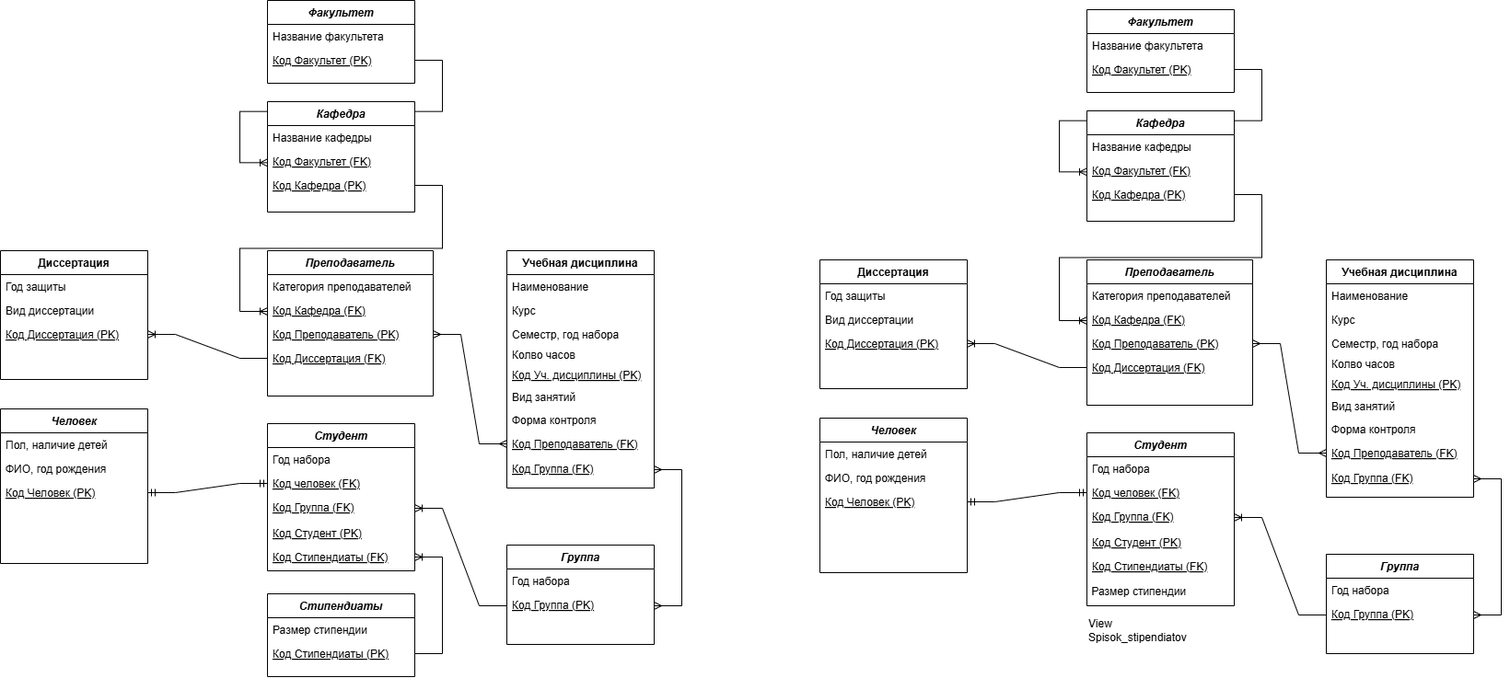
The draw.io diagram БД 2 Хорошилова.drawio.png in ksinph/PSTU_LABS_2023, before a commit. Source tidied: cells renumbered, new cells last; positions are measured from the earlier drawing's top-left corner, leaving out a move shared by most shapes.
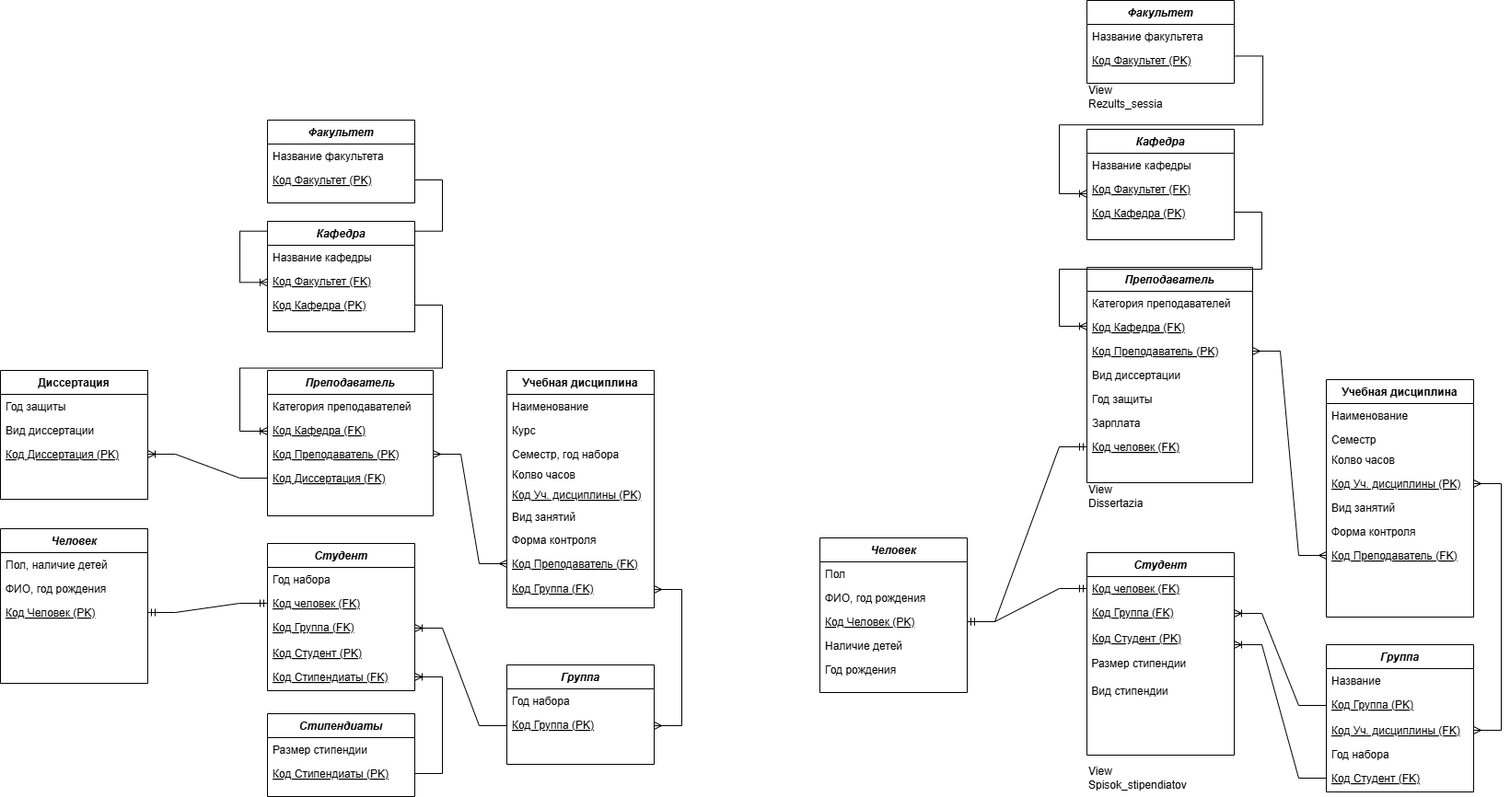
After the change.

What changed in the source:
```diff
@@ -178,13 +178,15 @@
     </mxCell>
-    <mxCell id="52" style="edgeStyle=entityRelationEdgeStyle;fontSize=12;html=1;endArrow=ERoneToMany;rounded=0;exitX=1;exitY=0.5;exitDx=0;exitDy=0;" parent="1" edge="1" source="94">
+    <mxCell id="52" style="edgeStyle=entityRelationEdgeStyle;fontSize=12;html=1;endArrow=ERoneToMany;rounded=0;exitX=1.007;exitY=0.324;exitDx=0;exitDy=0;exitPerimeter=0;" parent="1" edge="1" source="94">
       <mxGeometry relative="1" as="geometry">
-        <mxPoint x="1180" y="186.3" as="targetPoint" />
+        <mxPoint x="1180" y="80" as="targetPoint" />
         <Array as="points">
-          <mxPoint x="1360" y="110" />
-          <mxPoint x="1170" y="96.3" />
-          <mxPoint x="1360" y="100" />
-          <mxPoint x="1160" y="76.3" />
-          <mxPoint x="1270" y="100" />
-          <mxPoint x="1270" y="106.3" />
-          <mxPoint x="1270" y="106.3" />
+          <mxPoint x="1350" y="55" />
+          <mxPoint x="1360" y="5" />
+          <mxPoint x="1160" y="41.3" />
+          <mxPoint x="1260" y="30" />
+          <mxPoint x="1350" y="45" />
+          <mxPoint x="1150" y="21.3" />
+          <mxPoint x="1260" y="45" />
+          <mxPoint x="1260" y="51.3" />
+          <mxPoint x="1260" y="51.3" />
         </Array>
@@ -195,3 +197,3 @@
     </mxCell>
-    <mxCell id="54" value="Пол, наличие детей" style="text;align=left;verticalAlign=top;spacingLeft=4;spacingRight=4;overflow=hidden;" parent="53" vertex="1">
+    <mxCell id="54" value="Пол" style="text;align=left;verticalAlign=top;spacingLeft=4;spacingRight=4;overflow=hidden;" parent="53" vertex="1">
       <mxGeometry y="26" width="160" height="26" as="geometry" />
@@ -204,2 +206,8 @@
     </mxCell>
+    <mxCell id="100" value="Наличие детей" style="text;align=left;verticalAlign=top;spacingLeft=4;spacingRight=4;overflow=hidden;" parent="53" vertex="1">
+      <mxGeometry y="104" width="160" height="26" as="geometry" />
+    </mxCell>
+    <mxCell id="101" value="Год рождения" style="text;align=left;verticalAlign=top;spacingLeft=4;spacingRight=4;overflow=hidden;rounded=0;shadow=0;html=0;" parent="53" vertex="1">
+      <mxGeometry y="130" width="160" height="26" as="geometry" />
+    </mxCell>
     <mxCell id="57" value="Учебная дисциплина" style="swimlane;fontStyle=1;align=center;verticalAlign=top;horizontal=1;startSize=26;rounded=0;shadow=0;strokeWidth=1;" parent="1" vertex="1">
@@ -210,33 +218,24 @@
     </mxCell>
-    <mxCell id="59" value="Курс" style="text;align=left;verticalAlign=top;spacingLeft=4;spacingRight=4;overflow=hidden;rounded=0;shadow=0;html=0;" parent="57" vertex="1">
-      <mxGeometry y="52" width="160" height="26" as="geometry" />
-    </mxCell>
-    <mxCell id="60" value="Семестр, год набора" style="text;align=left;verticalAlign=top;spacingLeft=4;spacingRight=4;overflow=hidden;fontStyle=0;" parent="57" vertex="1">
-      <mxGeometry y="78" width="160" height="22" as="geometry" />
+    <mxCell id="60" value="Семестр" style="text;align=left;verticalAlign=top;spacingLeft=4;spacingRight=4;overflow=hidden;fontStyle=0;" parent="57" vertex="1">
+      <mxGeometry y="52" width="160" height="22" as="geometry" />
     </mxCell>
     <mxCell id="61" value="Колво часов" style="text;align=left;verticalAlign=top;spacingLeft=4;spacingRight=4;overflow=hidden;" parent="57" vertex="1">
-      <mxGeometry y="100" width="160" height="26" as="geometry" />
+      <mxGeometry y="74" width="160" height="26" as="geometry" />
     </mxCell>
-    <mxCell id="62" value="Диссертация" style="swimlane;fontStyle=1;align=center;verticalAlign=top;horizontal=1;startSize=26;rounded=0;shadow=0;strokeWidth=1;" parent="1" vertex="1">
-      <mxGeometry x="890" y="282" width="160" height="140" as="geometry" />
-    </mxCell>
-    <mxCell id="63" value="Год защиты" style="text;align=left;verticalAlign=top;spacingLeft=4;spacingRight=4;overflow=hidden;" parent="62" vertex="1">
-      <mxGeometry y="26" width="160" height="26" as="geometry" />
-    </mxCell>
-    <mxCell id="64" value="Вид диссертации" style="text;align=left;verticalAlign=top;spacingLeft=4;spacingRight=4;overflow=hidden;rounded=0;shadow=0;html=0;" parent="62" vertex="1">
-      <mxGeometry y="52" width="160" height="26" as="geometry" />
-    </mxCell>
-    <mxCell id="65" value="Код Диссертация (PK)" style="text;align=left;verticalAlign=top;spacingLeft=4;spacingRight=4;overflow=hidden;points=[[0,0.5],[1,0.5]];portConstraint=eastwest;rounded=0;shadow=0;html=0;fontStyle=4;" parent="62" vertex="1">
-      <mxGeometry y="78" width="160" height="26" as="geometry" />
-    </mxCell>
+    <mxCell id="76" value="Код Уч. дисциплины (PK)" style="text;align=left;verticalAlign=top;spacingLeft=4;spacingRight=4;overflow=hidden;points=[[0,0.5],[1,0.5]];portConstraint=eastwest;fontStyle=4;" parent="57" vertex="1">
+      <mxGeometry y="100" width="160" height="26" as="geometry" />
+    </mxCell>
-    <mxCell id="66" value="Вид занятий" style="text;align=left;verticalAlign=top;spacingLeft=4;spacingRight=4;overflow=hidden;" parent="1" vertex="1">
-      <mxGeometry x="1440" y="428" width="160" height="26" as="geometry" />
+    <mxCell id="66" value="Вид занятий" style="text;align=left;verticalAlign=top;spacingLeft=4;spacingRight=4;overflow=hidden;" parent="57" vertex="1">
+      <mxGeometry y="126" width="160" height="26" as="geometry" />
     </mxCell>
-    <mxCell id="67" value="Форма контроля" style="text;align=left;verticalAlign=top;spacingLeft=4;spacingRight=4;overflow=hidden;" parent="1" vertex="1">
-      <mxGeometry x="1440" y="453" width="160" height="26" as="geometry" />
+    <mxCell id="67" value="Форма контроля" style="text;align=left;verticalAlign=top;spacingLeft=4;spacingRight=4;overflow=hidden;" parent="57" vertex="1">
+      <mxGeometry y="152" width="160" height="26" as="geometry" />
     </mxCell>
+    <mxCell id="77" value="Код Преподаватель (FK)" style="text;align=left;verticalAlign=top;spacingLeft=4;spacingRight=4;overflow=hidden;points=[[0,0.5],[1,0.5]];portConstraint=eastwest;fontStyle=4;" parent="57" vertex="1">
+      <mxGeometry y="178" width="160" height="26" as="geometry" />
+    </mxCell>
     <mxCell id="68" value="Группа" style="swimlane;fontStyle=3;align=center;verticalAlign=top;horizontal=1;startSize=26;rounded=0;shadow=0;strokeWidth=1;" parent="1" vertex="1">
-      <mxGeometry x="1440" y="602" width="160" height="108" as="geometry" />
+      <mxGeometry x="1440" y="570" width="160" height="160" as="geometry" />
     </mxCell>
-    <mxCell id="69" value="Год набора" style="text;align=left;verticalAlign=top;spacingLeft=4;spacingRight=4;overflow=hidden;" parent="68" vertex="1">
+    <mxCell id="69" value="Название" style="text;align=left;verticalAlign=top;spacingLeft=4;spacingRight=4;overflow=hidden;" parent="68" vertex="1">
       <mxGeometry y="26" width="160" height="26" as="geometry" />
@@ -246,5 +245,35 @@
     </mxCell>
+    <mxCell id="102" value="Код Уч. дисциплины (FK)" style="text;align=left;verticalAlign=top;spacingLeft=4;spacingRight=4;overflow=hidden;points=[[0,0.5],[1,0.5]];portConstraint=eastwest;fontStyle=4;" parent="68" vertex="1">
+      <mxGeometry y="80" width="160" height="26" as="geometry" />
+    </mxCell>
+    <mxCell id="86" value="Год набора" style="text;align=left;verticalAlign=top;spacingLeft=4;spacingRight=4;overflow=hidden;" parent="68" vertex="1">
+      <mxGeometry y="106" width="160" height="26" as="geometry" />
+    </mxCell>
+    <mxCell id="103" value="Код Студент (FK)" style="text;align=left;verticalAlign=top;spacingLeft=4;spacingRight=4;overflow=hidden;points=[[0,0.5],[1,0.5]];portConstraint=eastwest;fontStyle=4;" parent="68" vertex="1">
+      <mxGeometry y="132" width="160" height="26" as="geometry" />
+    </mxCell>
     <mxCell id="71" value="Преподаватель" style="swimlane;fontStyle=3;align=center;verticalAlign=top;horizontal=1;startSize=26;rounded=0;shadow=0;strokeWidth=1;" parent="1" vertex="1">
-      <mxGeometry x="1180" y="282" width="180" height="158" as="geometry" />
+      <mxGeometry x="1180" y="160" width="180" height="234" as="geometry" />
     </mxCell>
+    <mxCell id="95" style="edgeStyle=entityRelationEdgeStyle;fontSize=12;html=1;endArrow=ERoneToMany;rounded=0;exitX=1;exitY=0.5;exitDx=0;exitDy=0;verticalAlign=top;" parent="71" edge="1">
+      <mxGeometry relative="1" as="geometry">
+        <mxPoint x="160" y="-60" as="sourcePoint" />
+        <mxPoint y="64" as="targetPoint" />
+        <Array as="points">
+          <mxPoint x="140" y="-1" />
+          <mxPoint x="180" y="-51" />
+          <mxPoint x="60" y="-11" />
+          <mxPoint x="-40" y="36" />
+          <mxPoint x="80" y="39" />
+          <mxPoint x="-10" y="46" />
+          <mxPoint x="90" y="36" />
+          <mxPoint x="200" y="76" />
+          <mxPoint x="-20" y="106" />
+          <mxPoint x="200" y="106" />
+          <mxPoint x="-40" y="26" />
+          <mxPoint x="-40" y="6" />
+          <mxPoint x="-20" y="26" />
+        </Array>
+      </mxGeometry>
+    </mxCell>
     <mxCell id="72" value="Категория преподавателей" style="text;align=left;verticalAlign=top;spacingLeft=4;spacingRight=4;overflow=hidden;" parent="71" vertex="1">
@@ -258,14 +287,14 @@
     </mxCell>
-    <mxCell id="75" value="Код Диссертация (FK)" style="text;align=left;verticalAlign=top;spacingLeft=4;spacingRight=4;overflow=hidden;points=[[0,0.5],[1,0.5]];portConstraint=eastwest;rounded=0;shadow=0;html=0;fontStyle=4;" parent="71" vertex="1">
-      <mxGeometry y="104" width="180" height="26" as="geometry" />
-    </mxCell>
-    <mxCell id="76" value="Код Уч. дисциплины (PK)" style="text;align=left;verticalAlign=top;spacingLeft=4;spacingRight=4;overflow=hidden;points=[[0,0.5],[1,0.5]];portConstraint=eastwest;fontStyle=4;" parent="1" vertex="1">
-      <mxGeometry x="1440" y="404" width="160" height="26" as="geometry" />
-    </mxCell>
-    <mxCell id="77" value="Код Преподаватель (FK)" style="text;align=left;verticalAlign=top;spacingLeft=4;spacingRight=4;overflow=hidden;points=[[0,0.5],[1,0.5]];portConstraint=eastwest;fontStyle=4;" parent="1" vertex="1">
-      <mxGeometry x="1440" y="479" width="160" height="26" as="geometry" />
-    </mxCell>
-    <mxCell id="78" style="edgeStyle=entityRelationEdgeStyle;fontSize=12;html=1;endArrow=ERoneToMany;rounded=0;entryX=1;entryY=0.5;entryDx=0;entryDy=0;exitX=0;exitY=0.5;exitDx=0;exitDy=0;" parent="1" edge="1" source="75" target="65">
-      <mxGeometry relative="1" as="geometry" />
-    </mxCell>
+    <mxCell id="64" value="Вид диссертации" style="text;align=left;verticalAlign=top;spacingLeft=4;spacingRight=4;overflow=hidden;" parent="71" vertex="1">
+      <mxGeometry y="104" width="180" height="26" as="geometry" />
+    </mxCell>
+    <mxCell id="63" value="Год защиты" style="text;align=left;verticalAlign=top;spacingLeft=4;spacingRight=4;overflow=hidden;" parent="71" vertex="1">
+      <mxGeometry y="130" width="180" height="26" as="geometry" />
+    </mxCell>
+    <mxCell id="104" value="Зарплата" style="text;align=left;verticalAlign=top;spacingLeft=4;spacingRight=4;overflow=hidden;" parent="71" vertex="1">
+      <mxGeometry y="156" width="180" height="26" as="geometry" />
+    </mxCell>
+    <mxCell id="105" value="Код человек (FK)" style="text;align=left;verticalAlign=top;spacingLeft=4;spacingRight=4;overflow=hidden;points=[[0,0.5],[1,0.5]];portConstraint=eastwest;rounded=0;shadow=0;html=0;fontStyle=4;" parent="71" vertex="1">
+      <mxGeometry y="182" width="180" height="26" as="geometry" />
+    </mxCell>
     <mxCell id="79" style="edgeStyle=entityRelationEdgeStyle;fontSize=12;html=1;endArrow=ERmany;startArrow=ERmany;rounded=0;exitX=1;exitY=0.5;exitDx=0;exitDy=0;entryX=0;entryY=0.5;entryDx=0;entryDy=0;" parent="1" edge="1" source="74" target="77">
@@ -273,7 +302,4 @@
     </mxCell>
-    <mxCell id="80" value="Код Группа (FK)" style="text;align=left;verticalAlign=top;spacingLeft=4;spacingRight=4;overflow=hidden;points=[[0,0.5],[1,0.5]];portConstraint=eastwest;fontStyle=4;" parent="1" vertex="1">
-      <mxGeometry x="1440" y="506" width="160" height="28" as="geometry" />
-    </mxCell>
     <mxCell id="81" value="Кафедра" style="swimlane;fontStyle=3;align=center;verticalAlign=top;horizontal=1;startSize=26;rounded=0;shadow=0;strokeWidth=1;" parent="1" vertex="1">
-      <mxGeometry x="1180" y="120" width="160" height="120" as="geometry" />
+      <mxGeometry x="1180" y="10" width="160" height="120" as="geometry" />
     </mxCell>
@@ -289,24 +315,21 @@
     <mxCell id="85" value="Студент" style="swimlane;fontStyle=3;align=center;verticalAlign=top;horizontal=1;startSize=26;rounded=0;shadow=0;strokeWidth=1;" parent="1" vertex="1">
-      <mxGeometry x="1180" y="470" width="160" height="188" as="geometry" />
+      <mxGeometry x="1180" y="470" width="160" height="220" as="geometry" />
     </mxCell>
-    <mxCell id="86" value="Год набора" style="text;align=left;verticalAlign=top;spacingLeft=4;spacingRight=4;overflow=hidden;" parent="85" vertex="1">
-      <mxGeometry y="26" width="160" height="26" as="geometry" />
-    </mxCell>
     <mxCell id="87" value="Код человек (FK)" style="text;align=left;verticalAlign=top;spacingLeft=4;spacingRight=4;overflow=hidden;points=[[0,0.5],[1,0.5]];portConstraint=eastwest;rounded=0;shadow=0;html=0;fontStyle=4;" parent="85" vertex="1">
-      <mxGeometry y="52" width="160" height="26" as="geometry" />
+      <mxGeometry y="26" width="160" height="26" as="geometry" />
     </mxCell>
     <mxCell id="88" value="Код Группа (FK)" style="text;align=left;verticalAlign=top;spacingLeft=4;spacingRight=4;overflow=hidden;points=[[0,0.5],[1,0.5]];portConstraint=eastwest;fontStyle=4;" parent="85" vertex="1">
-      <mxGeometry y="78" width="160" height="28" as="geometry" />
+      <mxGeometry y="52" width="160" height="28" as="geometry" />
     </mxCell>
     <mxCell id="89" value="Код Студент (PK)" style="text;align=left;verticalAlign=top;spacingLeft=4;spacingRight=4;overflow=hidden;points=[[0,0.5],[1,0.5]];portConstraint=eastwest;fontStyle=4;" parent="85" vertex="1">
-      <mxGeometry y="106" width="160" height="26" as="geometry" />
+      <mxGeometry y="80" width="160" height="26" as="geometry" />
     </mxCell>
-    <mxCell id="90" value="Код Стипендиаты (FK)" style="text;align=left;verticalAlign=top;spacingLeft=4;spacingRight=4;overflow=hidden;fontStyle=4;" parent="85" vertex="1">
-      <mxGeometry y="132" width="160" height="26" as="geometry" />
-    </mxCell>
     <mxCell id="91" value="&lt;span style=&quot;&quot;&gt;&amp;nbsp;Размер стипендии&lt;/span&gt;" style="text;html=1;align=left;verticalAlign=middle;strokeColor=none;fillColor=none;" parent="85" vertex="1">
-      <mxGeometry y="158" width="160" height="30" as="geometry" />
+      <mxGeometry y="106" width="160" height="30" as="geometry" />
     </mxCell>
+    <mxCell id="106" value="&lt;span style=&quot;&quot;&gt;&amp;nbsp;Вид стипендии&lt;/span&gt;" style="text;html=1;align=left;verticalAlign=middle;strokeColor=none;fillColor=none;" parent="85" vertex="1">
+      <mxGeometry y="136" width="160" height="30" as="geometry" />
+    </mxCell>
     <mxCell id="92" value="Факультет" style="swimlane;fontStyle=3;align=center;verticalAlign=top;horizontal=1;startSize=26;rounded=0;shadow=0;strokeWidth=1;" parent="1" vertex="1">
-      <mxGeometry x="1180" y="10" width="160" height="90" as="geometry" />
+      <mxGeometry x="1180" y="-130" width="160" height="90" as="geometry" />
     </mxCell>
@@ -318,19 +341,3 @@
     </mxCell>
-    <mxCell id="95" style="edgeStyle=entityRelationEdgeStyle;fontSize=12;html=1;endArrow=ERoneToMany;rounded=0;exitX=1;exitY=0.5;exitDx=0;exitDy=0;verticalAlign=top;" parent="1" edge="1" source="84">
-      <mxGeometry relative="1" as="geometry">
-        <mxPoint x="1180" y="348" as="targetPoint" />
-        <Array as="points">
-          <mxPoint x="1140" y="248" />
-          <mxPoint x="1170" y="258" />
-          <mxPoint x="1270" y="248" />
-          <mxPoint x="1380" y="288" />
-          <mxPoint x="1160" y="318" />
-          <mxPoint x="1380" y="318" />
-          <mxPoint x="1140" y="238" />
-          <mxPoint x="1140" y="218" />
-          <mxPoint x="1160" y="238" />
-        </Array>
-      </mxGeometry>
-    </mxCell>
-    <mxCell id="96" style="edgeStyle=entityRelationEdgeStyle;fontSize=12;html=1;endArrow=ERmany;startArrow=ERmany;rounded=0;entryX=1;entryY=0.5;entryDx=0;entryDy=0;exitX=1;exitY=0.5;exitDx=0;exitDy=0;" parent="1" edge="1" source="70" target="80">
+    <mxCell id="96" style="edgeStyle=entityRelationEdgeStyle;fontSize=12;html=1;endArrow=ERmany;startArrow=ERmany;rounded=0;entryX=1;entryY=0.5;entryDx=0;entryDy=0;exitX=1;exitY=0.5;exitDx=0;exitDy=0;" parent="1" edge="1" source="102" target="76">
       <mxGeometry relative="1" as="geometry" />
@@ -344,4 +351,21 @@
     <mxCell id="99" value="View Spisok_stipendiatov" style="text;html=1;align=left;verticalAlign=middle;whiteSpace=wrap;rounded=0;" parent="1" vertex="1">
-      <mxGeometry x="1180" y="670" width="110" height="30" as="geometry" />
+      <mxGeometry x="1180" y="700" width="110" height="30" as="geometry" />
     </mxCell>
+    <mxCell id="107" value="View&amp;nbsp;&lt;div&gt;Dissertazia&lt;/div&gt;" style="text;html=1;align=left;verticalAlign=middle;whiteSpace=wrap;rounded=0;" parent="1" vertex="1">
+      <mxGeometry x="1180" y="394" width="110" height="30" as="geometry" />
+    </mxCell>
+    <mxCell id="108" style="edgeStyle=entityRelationEdgeStyle;fontSize=12;html=1;endArrow=ERmandOne;startArrow=ERmandOne;rounded=0;entryX=0;entryY=0.5;entryDx=0;entryDy=0;" parent="1" edge="1" target="105">
+      <mxGeometry relative="1" as="geometry">
+        <mxPoint x="1050" y="545" as="sourcePoint" />
+        <Array as="points">
+          <mxPoint x="1090" y="530" />
+        </Array>
+      </mxGeometry>
+    </mxCell>
+    <mxCell id="109" value="View&amp;nbsp;&lt;div&gt;Rezults_sessia&lt;/div&gt;" style="text;html=1;align=left;verticalAlign=middle;whiteSpace=wrap;rounded=0;" parent="1" vertex="1">
+      <mxGeometry x="1180" y="-40" width="110" height="30" as="geometry" />
+    </mxCell>
+    <mxCell id="110" style="edgeStyle=entityRelationEdgeStyle;fontSize=12;html=1;endArrow=ERoneToMany;rounded=0;entryX=1;entryY=0.769;entryDx=0;entryDy=0;exitX=0;exitY=0.5;exitDx=0;exitDy=0;entryPerimeter=0;" parent="1" edge="1" source="103" target="89">
+      <mxGeometry relative="1" as="geometry" />
+    </mxCell>
   </root>
```
